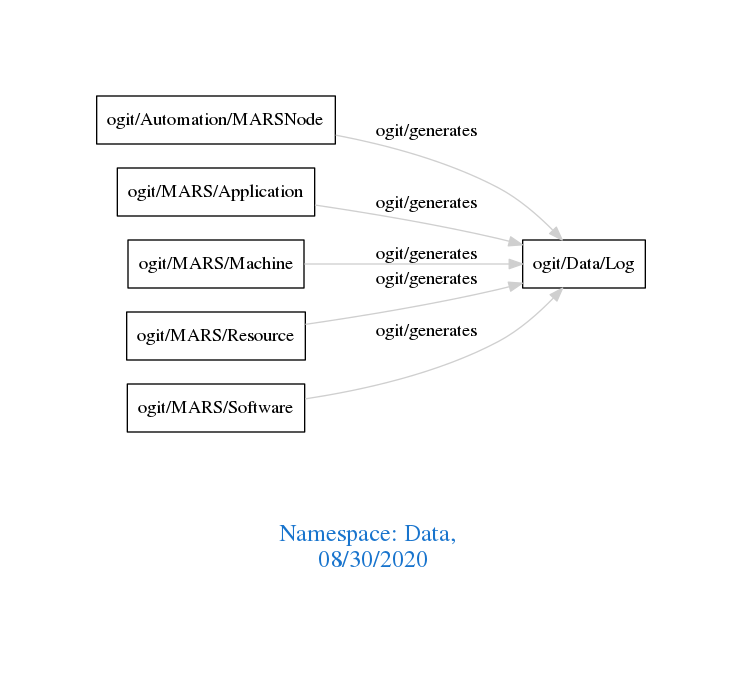
This is downloads/Data.png from arago/OGIT, a Graphviz export, as it was before one commit. Its source is kept beside it as downloads/Data.dot.
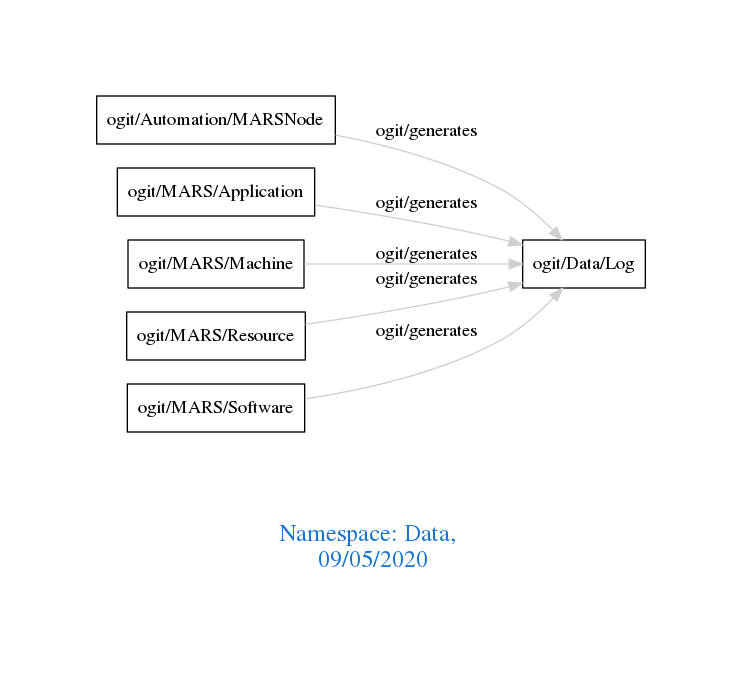
After the change.

Diff of the diagram source:
```diff
@@ -1,7 +1,7 @@
 digraph OGIT_ontology {
  graph [ rankdir= LR,pad=1
 fontsize = 18,
-fontcolor= dodgerblue3,label = "\n\n\nNamespace: Data, \n 08/30/2020"];
+fontcolor= dodgerblue3,label = "\n\n\nNamespace: Data, \n 09/05/2020"];
 node[shape=polygon];
 edge [  color="gray81"];
 
```
